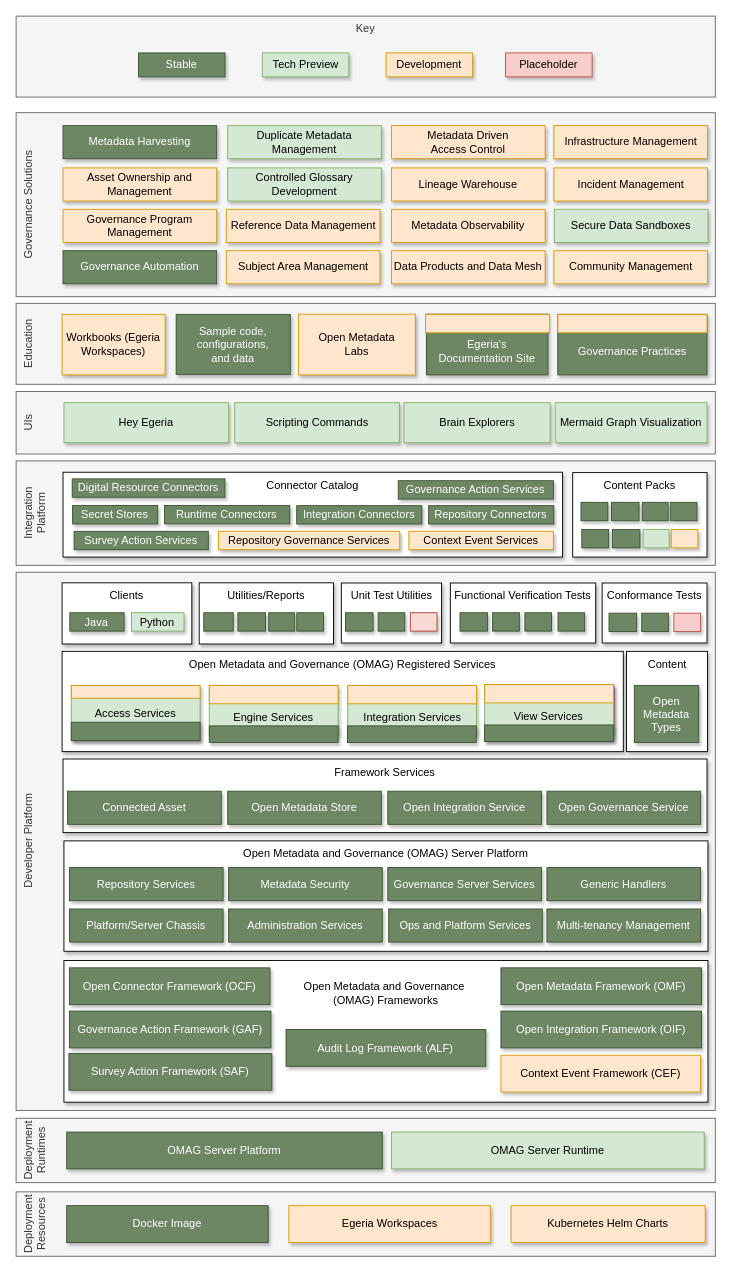
Earlier version of the draw.io diagram page "release-5.2" (30 of 31) of site/docs/release-notes/egeria-status.drawio (odpi/egeria-docs). Source tidied: cells renumbered, new cells numbered last; positions are measured from the earlier drawing's top-left corner, leaving out a move shared by most shapes. Both pictures are drawn from the tidied source at 92%, with x=0, y=0 at pixel (16, 16).
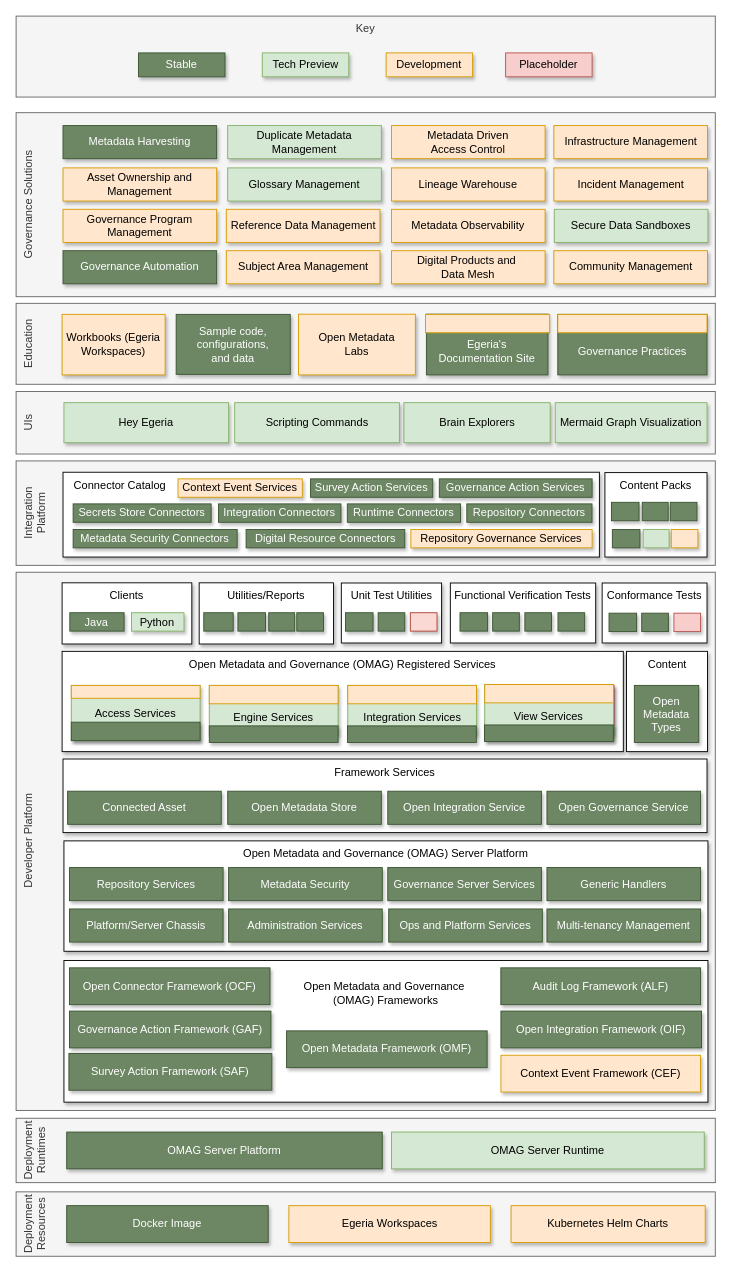
The same diagram, later.

Diff of the diagram source:
```diff
@@
-    <mxCell id="35" value="Data Products and Data Mesh" style="rounded=0;whiteSpace=wrap;html=1;align=center;shadow=1;fillColor=#ffe6cc;strokeColor=#d79b00;" parent="1" vertex="1">
+    <mxCell id="35" value="Digital Products and&amp;nbsp;&lt;div&gt;Data Mesh&lt;/div&gt;" style="rounded=0;whiteSpace=wrap;html=1;align=center;shadow=1;fillColor=#ffe6cc;strokeColor=#d79b00;" parent="1" vertex="1">
       <mxGeometry x="408" y="255" width="167" height="36" as="geometry" />
     </mxCell>
-    <mxCell id="36" value="Controlled Glossary&lt;br&gt;Development" style="rounded=0;whiteSpace=wrap;html=1;align=center;shadow=1;fillColor=#d5e8d4;strokeColor=#82b366;" parent="1" vertex="1">
+    <mxCell id="36" value="Glossary Management" style="rounded=0;whiteSpace=wrap;html=1;align=center;shadow=1;fillColor=#d5e8d4;strokeColor=#82b366;" parent="1" vertex="1">
       <mxGeometry x="230" y="165" width="167" height="36" as="geometry" />
     </mxCell>
@@
-    <mxCell id="46" value="Connector Catalog" style="rounded=0;whiteSpace=wrap;html=1;align=center;verticalAlign=top;shadow=1;" parent="1" vertex="1">
-      <mxGeometry x="51" y="495.8" width="543" height="92.2" as="geometry" />
+    <mxCell id="46" value="&amp;nbsp; &amp;nbsp;Connector Catalog" style="rounded=0;whiteSpace=wrap;html=1;align=left;verticalAlign=top;shadow=1;" parent="1" vertex="1">
+      <mxGeometry x="51" y="495.8" width="583" height="92.2" as="geometry" />
     </mxCell>
     <mxCell id="47" value="Content Packs" style="rounded=0;whiteSpace=wrap;html=1;align=center;verticalAlign=top;shadow=1;" parent="1" vertex="1">
-      <mxGeometry x="605" y="496.2" width="146" height="91.8" as="geometry" />
+      <mxGeometry x="640" y="496.2" width="111" height="91.8" as="geometry" />
     </mxCell>
@@
     <mxCell id="49" value="Digital Resource Connectors" style="rounded=0;whiteSpace=wrap;html=1;align=center;fillColor=#6d8764;strokeColor=#3A5431;shadow=1;fontColor=#ffffff;" parent="1" vertex="1">
-      <mxGeometry x="61" y="503" width="166" height="20" as="geometry" />
+      <mxGeometry x="250" y="558" width="172.5" height="20" as="geometry" />
     </mxCell>
     <mxCell id="50" value="Integration Connectors" style="rounded=0;whiteSpace=wrap;html=1;align=center;fillColor=#6d8764;strokeColor=#3A5431;shadow=1;fontColor=#ffffff;" parent="1" vertex="1">
-      <mxGeometry x="305" y="532.1" width="136.1" height="20" as="geometry" />
+      <mxGeometry x="220" y="530.2" width="133.1" height="20" as="geometry" />
     </mxCell>
     <mxCell id="51" value="Governance Action Services" style="rounded=0;whiteSpace=wrap;html=1;align=center;fillColor=#6d8764;strokeColor=#3A5431;shadow=1;fontColor=#ffffff;" parent="1" vertex="1">
-      <mxGeometry x="415.4" y="505" width="168.6" height="20" as="geometry" />
+      <mxGeometry x="460" y="503" width="166.1" height="20" as="geometry" />
     </mxCell>
-    <mxCell id="52" value="Secret Stores" style="rounded=0;whiteSpace=wrap;html=1;align=center;fillColor=#6d8764;strokeColor=#3A5431;shadow=1;fontColor=#ffffff;" parent="1" vertex="1">
-      <mxGeometry x="61.4" y="532" width="92.5" height="20" as="geometry" />
+    <mxCell id="52" value="Secrets Store Connectors" style="rounded=0;whiteSpace=wrap;html=1;align=center;fillColor=#6d8764;strokeColor=#3A5431;shadow=1;fontColor=#ffffff;" parent="1" vertex="1">
+      <mxGeometry x="62" y="530.2" width="150" height="20" as="geometry" />
     </mxCell>
@@
-    <mxCell id="55" style="rounded=0;whiteSpace=wrap;html=1;align=center;fillColor=#6d8764;strokeColor=#3A5431;shadow=1;fontColor=#ffffff;" parent="1" vertex="1">
-      <mxGeometry x="614" y="528.5" width="29.2" height="20" as="geometry" />
-    </mxCell>
@@
     <mxCell id="72" value="Survey Action Services" style="rounded=0;whiteSpace=wrap;html=1;align=center;fillColor=#6d8764;strokeColor=#3A5431;shadow=1;fontColor=#ffffff;" parent="1" vertex="1">
-      <mxGeometry x="63" y="560" width="145.9" height="20" as="geometry" />
+      <mxGeometry x="320" y="503" width="132.9" height="20" as="geometry" />
     </mxCell>
     <mxCell id="73" value="Repository Governance Services" style="rounded=0;whiteSpace=wrap;html=1;align=center;fillColor=#ffe6cc;strokeColor=#d79b00;shadow=1;" parent="1" vertex="1">
-      <mxGeometry x="220" y="560" width="197" height="20" as="geometry" />
+      <mxGeometry x="429.1" y="558" width="197" height="20" as="geometry" />
     </mxCell>
@@
-    <mxCell id="76" style="rounded=0;whiteSpace=wrap;html=1;align=center;fillColor=#6d8764;strokeColor=#3A5431;shadow=1;fontColor=#ffffff;" parent="1" vertex="1">
-      <mxGeometry x="614.9" y="558" width="29.2" height="20" as="geometry" />
-    </mxCell>
@@
     <mxCell id="78" value="Context Event Services" style="rounded=0;whiteSpace=wrap;html=1;align=center;fillColor=#ffe6cc;strokeColor=#d79b00;shadow=1;" parent="1" vertex="1">
-      <mxGeometry x="427" y="560" width="157" height="20" as="geometry" />
+      <mxGeometry x="176" y="503" width="135.1" height="20" as="geometry" />
     </mxCell>
     <mxCell id="79" value="Repository Connectors" style="rounded=0;whiteSpace=wrap;html=1;align=center;fillColor=#6d8764;strokeColor=#3A5431;shadow=1;fontColor=#ffffff;" parent="1" vertex="1">
-      <mxGeometry x="448.4" y="532.1" width="136.1" height="20" as="geometry" />
+      <mxGeometry x="489.9" y="530.2" width="136.1" height="20" as="geometry" />
     </mxCell>
     <mxCell id="80" value="Runtime Connectors" style="rounded=0;whiteSpace=wrap;html=1;align=center;fillColor=#6d8764;strokeColor=#3A5431;shadow=1;fontColor=#ffffff;" parent="1" vertex="1">
-      <mxGeometry x="161.3" y="531.9" width="136.1" height="20" as="geometry" />
+      <mxGeometry x="360" y="530.2" width="123.1" height="20" as="geometry" />
     </mxCell>
@@
     <mxCell id="117" value="Audit Log Framework (ALF)" style="rounded=0;whiteSpace=wrap;html=1;align=center;shadow=1;fillColor=#6d8764;strokeColor=#3A5431;fontColor=#ffffff;" parent="1" vertex="1">
-      <mxGeometry x="293.4" y="1101.5" width="217.1" height="40" as="geometry" />
+      <mxGeometry x="526.9" y="1034.5" width="217.1" height="40" as="geometry" />
     </mxCell>
@@
     <mxCell id="123" value="Open Metadata Framework (OMF)" style="rounded=0;whiteSpace=wrap;html=1;align=center;shadow=1;fillColor=#6d8764;strokeColor=#3A5431;fontColor=#ffffff;" parent="1" vertex="1">
-      <mxGeometry x="527" y="1034.5" width="218" height="40" as="geometry" />
+      <mxGeometry x="294" y="1103" width="218" height="40" as="geometry" />
     </mxCell>
@@
+    <mxCell id="126" value="Metadata Security Connectors" style="rounded=0;whiteSpace=wrap;html=1;align=center;fillColor=#6d8764;strokeColor=#3A5431;shadow=1;fontColor=#ffffff;" parent="1" vertex="1">
+      <mxGeometry x="62" y="558" width="178.3" height="20" as="geometry" />
+    </mxCell>
```
